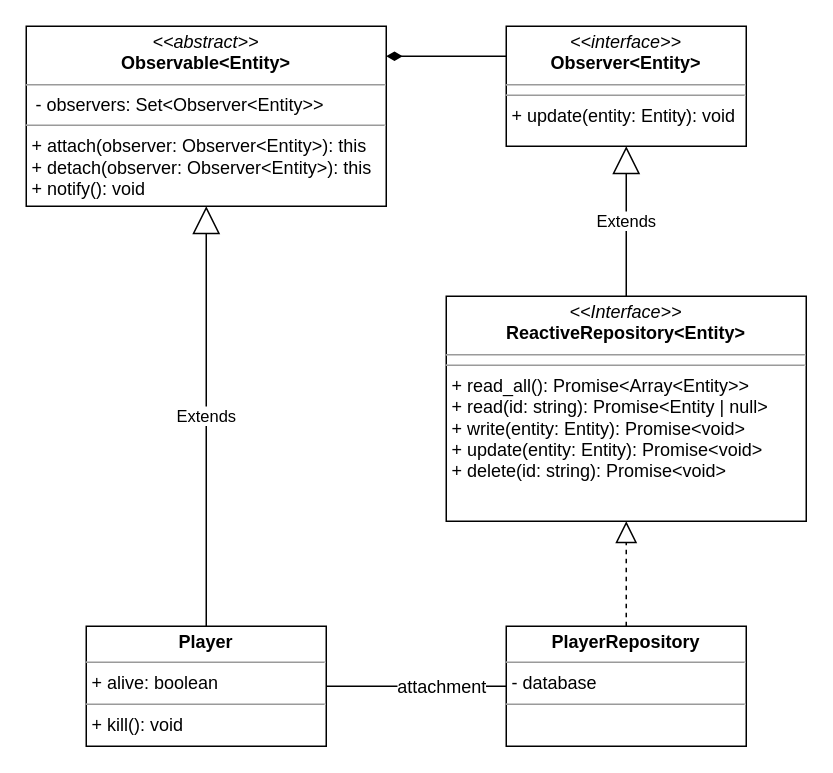
This is new_lands.drawio from EnzoDiazDev/diagram, a draw.io file, before an edit. Source tidied: cells renumbered, new cells numbered last; positions are measured from the earlier drawing's top-left corner, leaving out a move shared by most shapes. Both pictures are drawn from the tidied source at 150%, with x=0, y=0 at pixel (26, 26).
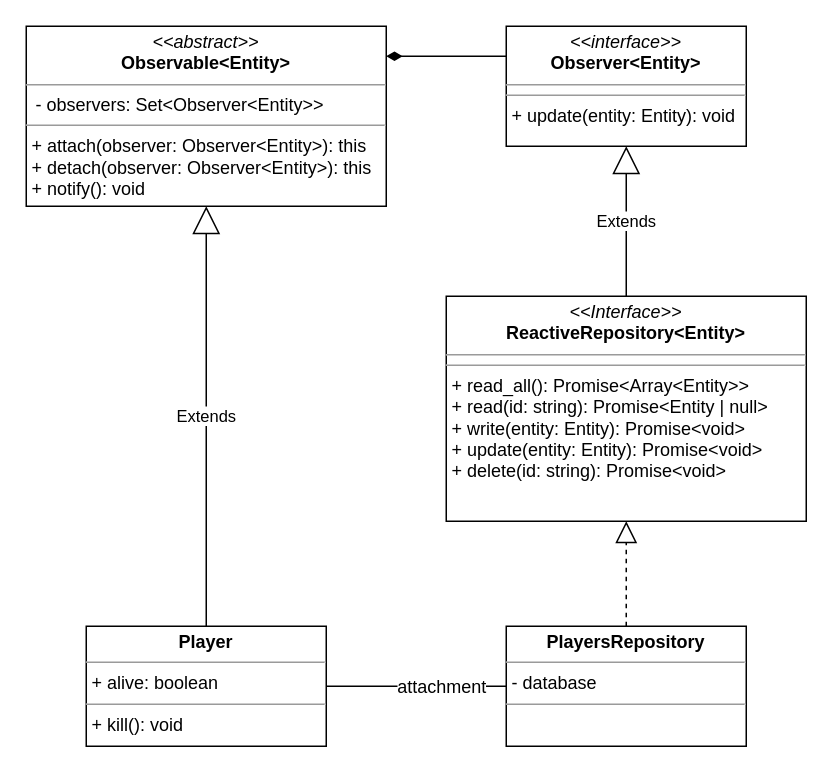
Above is the later version.

What changed in the source:
```diff
@@
 <mxGraphModel>
   <root>
     <mxCell id="0" />
     <mxCell id="1" parent="0" />
     <mxCell id="2" value="&lt;p style=&quot;margin: 0px ; margin-top: 4px ; text-align: center&quot;&gt;&lt;i&gt;&amp;lt;&amp;lt;abstract&amp;gt;&amp;gt;&lt;/i&gt;&lt;b&gt;&lt;br&gt;Observable&amp;lt;Entity&amp;gt;&lt;/b&gt;&lt;/p&gt;&lt;hr size=&quot;1&quot;&gt;&amp;nbsp; - observers: Set&amp;lt;Observer&amp;lt;Entity&amp;gt;&amp;gt;&lt;br&gt;&lt;hr size=&quot;1&quot;&gt;&lt;p style=&quot;margin: 0px ; margin-left: 4px&quot;&gt;+ attach(observer: Observer&amp;lt;Entity&amp;gt;): this&lt;/p&gt;&lt;p style=&quot;margin: 0px ; margin-left: 4px&quot;&gt;+ detach(observer: Observer&amp;lt;Entity&amp;gt;): this&lt;/p&gt;&lt;p style=&quot;margin: 0px ; margin-left: 4px&quot;&gt;+ notify(): void&lt;br&gt;&lt;/p&gt;&lt;div&gt;&lt;br&gt;&lt;/div&gt;&lt;div&gt;&lt;br&gt;&lt;/div&gt;" style="verticalAlign=top;align=left;overflow=fill;fontSize=12;fontFamily=Helvetica;html=1;" parent="1" vertex="1">
       <mxGeometry width="240" height="120" as="geometry" />
     </mxCell>
     <mxCell id="3" value="&lt;p style=&quot;margin: 0px ; margin-top: 4px ; text-align: center&quot;&gt;&lt;i&gt;&amp;lt;&amp;lt;interface&amp;gt;&amp;gt;&lt;/i&gt;&lt;br&gt;&lt;b&gt;Observer&amp;lt;Entity&amp;gt;&lt;/b&gt;&lt;br&gt;&lt;/p&gt;&lt;hr size=&quot;1&quot;&gt;&lt;hr size=&quot;1&quot;&gt;&lt;p style=&quot;margin: 0px ; margin-left: 4px&quot;&gt;+ update(entity: Entity): void&lt;/p&gt;" style="verticalAlign=top;align=left;overflow=fill;fontSize=12;fontFamily=Helvetica;html=1;" parent="1" vertex="1">
       <mxGeometry x="320" width="160" height="80" as="geometry" />
     </mxCell>
     <mxCell id="4" style="endArrow=none;startArrow=diamondThin;endFill=0;startFill=1;html=1;verticalAlign=bottom;labelBackgroundColor=none;strokeWidth=1;startSize=8;endSize=8;rounded=0;" parent="1" edge="1">
       <mxGeometry relative="1" as="geometry">
         <mxPoint x="240" y="20" as="sourcePoint" />
         <mxPoint x="320" y="20" as="targetPoint" />
       </mxGeometry>
     </mxCell>
     <mxCell id="5" value="&lt;p style=&quot;margin: 0px ; margin-top: 4px ; text-align: center&quot;&gt;&lt;b&gt;Player&lt;/b&gt;&lt;/p&gt;&lt;hr size=&quot;1&quot;&gt;&lt;p style=&quot;margin: 0px ; margin-left: 4px&quot;&gt;+ alive: boolean&lt;br&gt;&lt;/p&gt;&lt;hr size=&quot;1&quot;&gt;&lt;p style=&quot;margin: 0px ; margin-left: 4px&quot;&gt;+ kill(): void&lt;/p&gt;" style="verticalAlign=top;align=left;overflow=fill;fontSize=12;fontFamily=Helvetica;html=1;" parent="1" vertex="1">
       <mxGeometry x="40" y="400" width="160" height="80" as="geometry" />
     </mxCell>
     <mxCell id="6" value="Extends" style="endArrow=block;endSize=16;endFill=0;html=1;rounded=0;entryX=0.5;entryY=1;entryDx=0;entryDy=0;exitX=0.5;exitY=0;exitDx=0;exitDy=0;" parent="1" edge="1" source="5" target="2">
       <mxGeometry relative="1" as="geometry" />
     </mxCell>
     <mxCell id="7" style="endArrow=block;dashed=1;endFill=0;endSize=12;html=1;rounded=0;exitX=0.5;exitY=0;exitDx=0;exitDy=0;entryX=0.5;entryY=1;entryDx=0;entryDy=0;" parent="1" edge="1" target="9">
       <mxGeometry relative="1" as="geometry">
         <mxPoint x="400" y="400" as="sourcePoint" />
       </mxGeometry>
     </mxCell>
     <mxCell id="8" value="Extends" style="endArrow=block;endSize=16;endFill=0;html=1;rounded=0;entryX=0.5;entryY=1;entryDx=0;entryDy=0;exitX=0.5;exitY=0;exitDx=0;exitDy=0;" parent="1" edge="1" source="9" target="3">
       <mxGeometry relative="1" as="geometry" />
     </mxCell>
     <mxCell id="9" value="&lt;p style=&quot;margin: 0px ; margin-top: 4px ; text-align: center&quot;&gt;&lt;i&gt;&amp;lt;&amp;lt;Interface&amp;gt;&amp;gt;&lt;/i&gt;&lt;br&gt;&lt;b&gt;ReactiveRepository&amp;lt;Entity&amp;gt;&lt;/b&gt;&lt;br&gt;&lt;/p&gt;&lt;hr size=&quot;1&quot;&gt;&lt;hr size=&quot;1&quot;&gt;&lt;p style=&quot;margin: 0px ; margin-left: 4px&quot;&gt;+ read_all(): Promise&amp;lt;Array&amp;lt;Entity&amp;gt;&amp;gt;&lt;br&gt;+ read(id: string): Promise&amp;lt;Entity | null&amp;gt;&lt;/p&gt;&lt;p style=&quot;margin: 0px ; margin-left: 4px&quot;&gt;+ write(entity: Entity): Promise&amp;lt;void&amp;gt;&lt;/p&gt;&lt;p style=&quot;margin: 0px ; margin-left: 4px&quot;&gt;+ update(entity: Entity): Promise&amp;lt;void&amp;gt;&lt;/p&gt;&lt;p style=&quot;margin: 0px ; margin-left: 4px&quot;&gt;+ delete(id: string): Promise&amp;lt;void&amp;gt;&lt;/p&gt;" style="verticalAlign=top;align=left;overflow=fill;fontSize=12;fontFamily=Helvetica;html=1;" parent="1" vertex="1">
       <mxGeometry x="280" y="180" width="240" height="150" as="geometry" />
     </mxCell>
     <mxCell id="10" style="edgeStyle=orthogonalEdgeStyle;rounded=0;jettySize=auto;html=1;exitX=0;exitY=0.5;exitDx=0;exitDy=0;entryX=1;entryY=0.5;entryDx=0;entryDy=0;fontSize=12;endArrow=none;endFill=0;" parent="1" edge="1" source="12" target="5">
       <mxGeometry relative="1" as="geometry" />
     </mxCell>
     <mxCell id="11" value="attachment" style="edgeLabel;html=1;align=center;verticalAlign=middle;fontSize=12;" parent="10" vertex="1">
       <mxGeometry x="-0.27" relative="1" as="geometry" />
     </mxCell>
-    <mxCell id="12" value="&lt;p style=&quot;margin: 0px ; margin-top: 4px ; text-align: center&quot;&gt;&lt;b&gt;PlayerRepository&lt;/b&gt;&lt;br&gt;&lt;/p&gt;&lt;hr size=&quot;1&quot;&gt;&lt;p style=&quot;margin: 0px ; margin-left: 4px&quot;&gt;- database&lt;br&gt;&lt;/p&gt;&lt;hr size=&quot;1&quot;&gt;&lt;p style=&quot;margin: 0px ; margin-left: 4px&quot;&gt;&lt;br&gt;&lt;/p&gt;" style="verticalAlign=top;align=left;overflow=fill;fontSize=12;fontFamily=Helvetica;html=1;" parent="1" vertex="1">
+    <mxCell id="12" value="&lt;p style=&quot;margin: 0px ; margin-top: 4px ; text-align: center&quot;&gt;&lt;b&gt;PlayersRepository&lt;/b&gt;&lt;br&gt;&lt;/p&gt;&lt;hr size=&quot;1&quot;&gt;&lt;p style=&quot;margin: 0px ; margin-left: 4px&quot;&gt;- database&lt;br&gt;&lt;/p&gt;&lt;hr size=&quot;1&quot;&gt;&lt;p style=&quot;margin: 0px ; margin-left: 4px&quot;&gt;&lt;br&gt;&lt;/p&gt;" style="verticalAlign=top;align=left;overflow=fill;fontSize=12;fontFamily=Helvetica;html=1;" parent="1" vertex="1">
       <mxGeometry x="320" y="400" width="160" height="80" as="geometry" />
     </mxCell>
   </root>
 </mxGraphModel>
```
